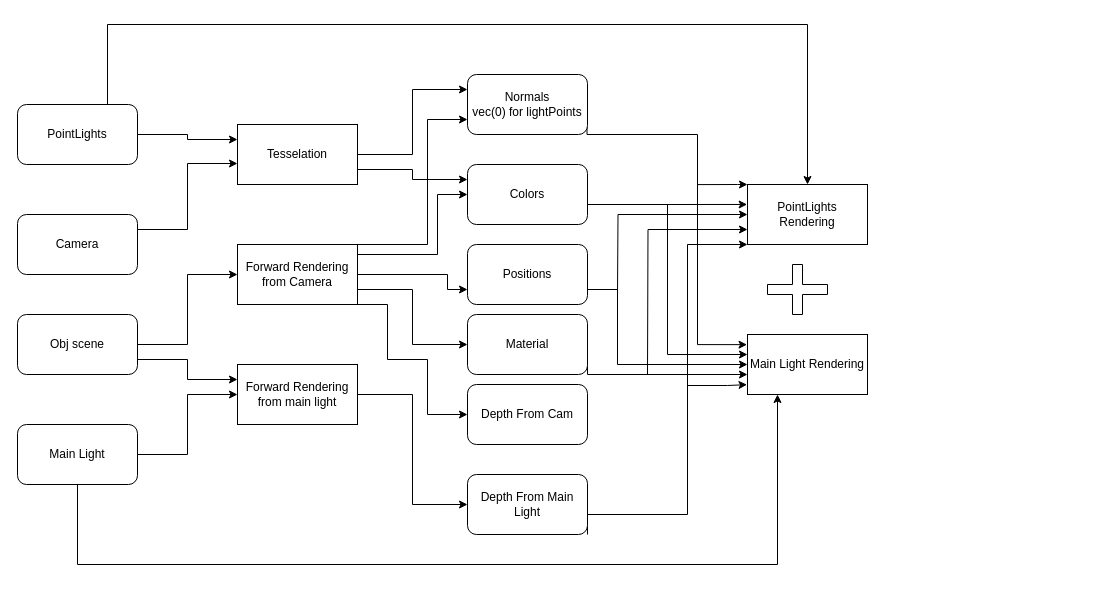
torta211/OGL_HW keeps this draw.io diagram as Rendering.drawio. Above is the earlier version. Source tidied: cells renumbered, new cells numbered last; positions are measured from the earlier drawing's top-left corner, leaving out a move shared by most shapes. Both pictures are drawn from the tidied source at 100%, with x=0, y=0 at pixel (17, 24).
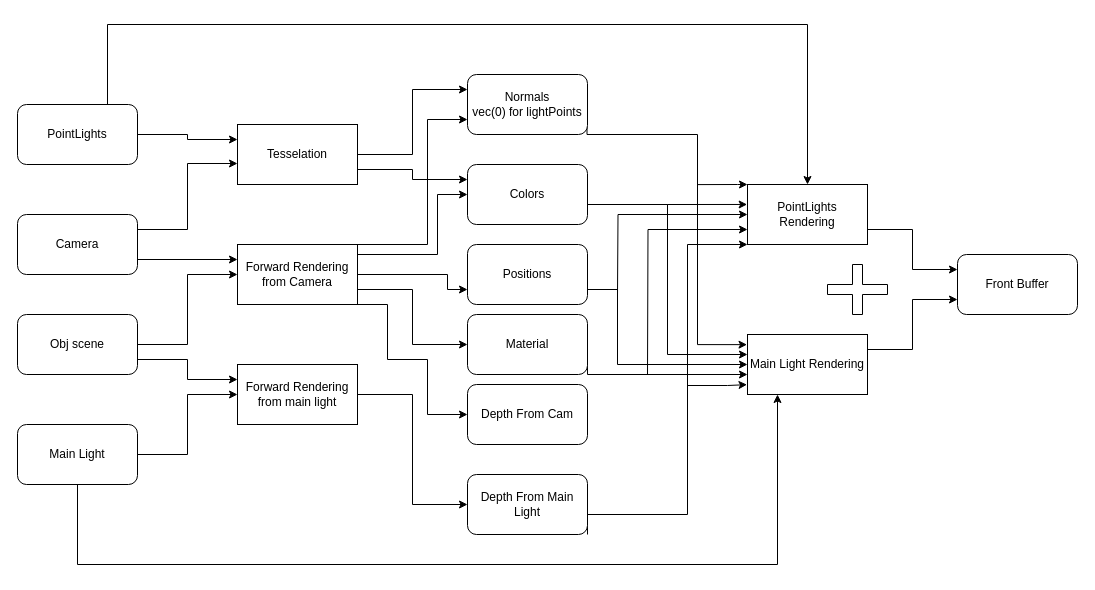
Above is the later version.

The change refers to these unchanged cells:
```xml
<mxCell id="15" value="Forward Rendering from Camera" style="rounded=0;whiteSpace=wrap;html=1;" parent="1" vertex="1">
  <mxGeometry x="220" y="220" width="120" height="60" as="geometry" />
</mxCell>
<mxCell id="21" value="Camera" style="rounded=1;whiteSpace=wrap;html=1;" parent="1" vertex="1">
  <mxGeometry y="190" width="120" height="60" as="geometry" />
</mxCell>
<mxCell id="37" value="PointLights Rendering" style="rounded=0;whiteSpace=wrap;html=1;" parent="1" vertex="1">
  <mxGeometry x="730" y="160" width="120" height="60" as="geometry" />
</mxCell>
<mxCell id="39" value="Main Light Rendering" style="rounded=0;whiteSpace=wrap;html=1;" parent="1" vertex="1">
  <mxGeometry x="730" y="310" width="120" height="60" as="geometry" />
</mxCell>
```

Diff of the diagram source:
```diff
@@
+    <mxCell id="43" style="edgeStyle=orthogonalEdgeStyle;rounded=0;jettySize=auto;html=1;exitX=1;exitY=0.75;exitDx=0;exitDy=0;entryX=0;entryY=0.25;entryDx=0;entryDy=0;" parent="1" edge="1" source="21" target="15">
+      <mxGeometry relative="1" as="geometry" />
+    </mxCell>
@@
+    <mxCell id="44" style="edgeStyle=orthogonalEdgeStyle;rounded=0;jettySize=auto;html=1;exitX=1;exitY=0.75;exitDx=0;exitDy=0;entryX=0;entryY=0.25;entryDx=0;entryDy=0;" parent="1" edge="1" source="37" target="46">
+      <mxGeometry relative="1" as="geometry" />
+    </mxCell>
@@
+    <mxCell id="45" style="edgeStyle=orthogonalEdgeStyle;rounded=0;jettySize=auto;html=1;exitX=1;exitY=0.25;exitDx=0;exitDy=0;entryX=0;entryY=0.75;entryDx=0;entryDy=0;" parent="1" edge="1" source="39" target="46">
+      <mxGeometry relative="1" as="geometry" />
+    </mxCell>
@@
     <mxCell id="42" style="shape=cross;whiteSpace=wrap;html=1;" parent="1" vertex="1">
-      <mxGeometry x="750" y="240" width="60" height="50" as="geometry" />
+      <mxGeometry x="810" y="240" width="60" height="50" as="geometry" />
     </mxCell>
+    <mxCell id="46" value="Front Buffer" style="rounded=1;whiteSpace=wrap;html=1;" parent="1" vertex="1">
+      <mxGeometry x="940" y="230" width="120" height="60" as="geometry" />
+    </mxCell>
```
